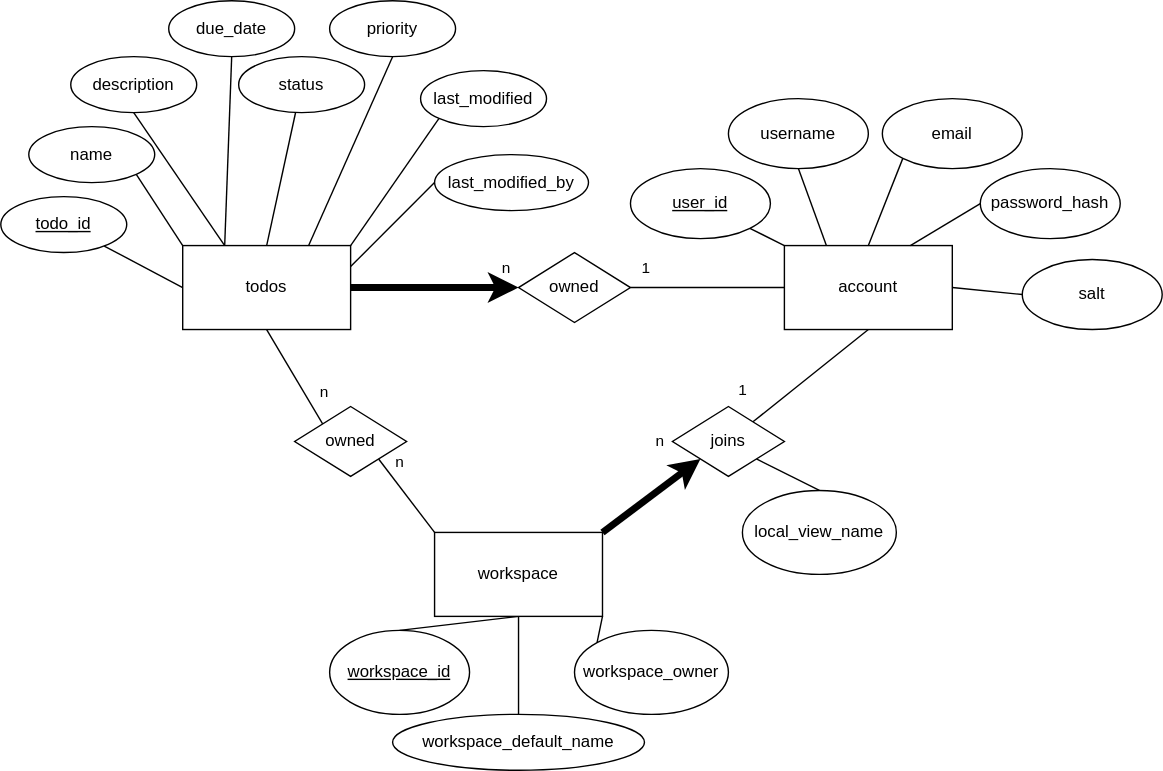
Above: specifications/src/er_diagram.drawio.svg in alex-au-922/sleekflow_coding_test (draw.io), before the change. Source tidied: cells renumbered, new cells last; positions are measured from the earlier drawing's top-left corner, leaving out a move shared by most shapes.
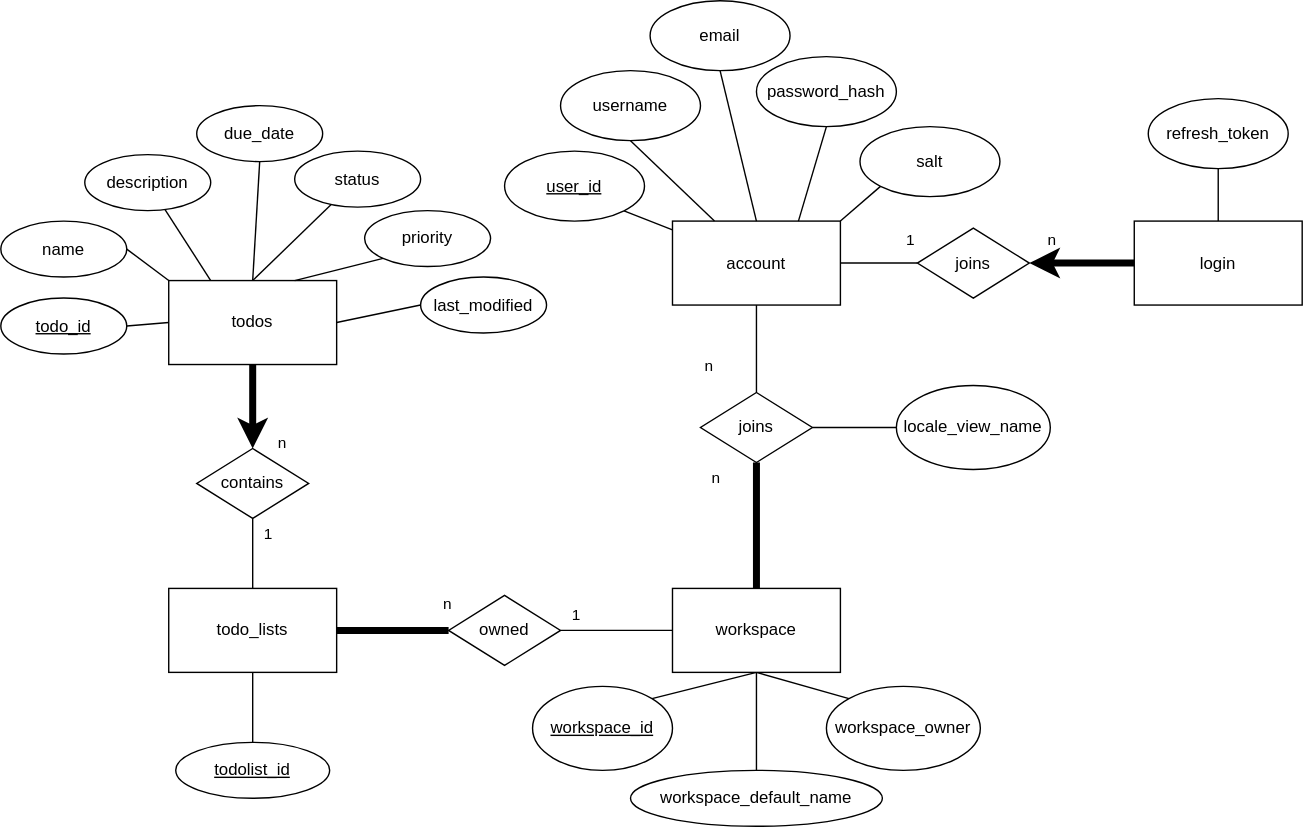
After the commit.

Commit message:
Updating the sequence diagram

Change to the diagram source:
```diff
@@ -2,173 +2,201 @@
   <root>
     <mxCell id="0" />
     <mxCell id="1" parent="0" />
-    <mxCell id="2" style="edgeStyle=none;html=1;entryX=0;entryY=0.5;entryDx=0;entryDy=0;strokeColor=default;endArrow=none;endFill=0;" parent="1" edge="1" source="3" target="6">
+    <mxCell id="2" style="edgeStyle=none;html=1;entryX=0;entryY=0.5;entryDx=0;entryDy=0;strokeColor=default;endArrow=none;endFill=0;exitX=1;exitY=0.5;exitDx=0;exitDy=0;" parent="1" edge="1" source="3" target="6">
       <mxGeometry relative="1" as="geometry" />
     </mxCell>
     <mxCell id="3" value="&lt;u&gt;todo_id&lt;/u&gt;" style="ellipse;whiteSpace=wrap;html=1;" parent="1" vertex="1">
-      <mxGeometry y="140" width="90" height="40" as="geometry" />
+      <mxGeometry x="-70" y="182.5" width="90" height="40" as="geometry" />
     </mxCell>
-    <mxCell id="4" style="edgeStyle=none;html=1;exitX=0.5;exitY=1;exitDx=0;exitDy=0;entryX=0;entryY=0;entryDx=0;entryDy=0;endArrow=none;endFill=0;strokeColor=default;strokeWidth=1;" parent="1" edge="1" source="6" target="43">
+    <mxCell id="4" style="edgeStyle=none;html=1;entryX=0;entryY=0.5;entryDx=0;entryDy=0;endArrow=none;endFill=0;strokeColor=default;strokeWidth=5;exitX=1;exitY=0.5;exitDx=0;exitDy=0;" parent="1" edge="1" source="60" target="43">
       <mxGeometry relative="1" as="geometry" />
     </mxCell>
     <mxCell id="5" value="n" style="edgeLabel;html=1;align=center;verticalAlign=middle;" parent="4" vertex="1">
       <mxGeometry x="0.55" y="5" relative="1" as="geometry">
-        <mxPoint x="5" y="-5" as="offset" />
+        <mxPoint x="16" y="-15" as="offset" />
       </mxGeometry>
     </mxCell>
+    <mxCell id="54" style="edgeStyle=none;html=1;entryX=0.5;entryY=0;entryDx=0;entryDy=0;endArrow=classic;endFill=1;strokeWidth=5;" parent="1" edge="1" source="6" target="61">
+      <mxGeometry relative="1" as="geometry" />
+    </mxCell>
+    <mxCell id="55" value="n" style="edgeLabel;html=1;align=center;verticalAlign=middle;" parent="54" vertex="1">
+      <mxGeometry x="-0.03" y="1" relative="1" as="geometry">
+        <mxPoint x="19" y="26" as="offset" />
+      </mxGeometry>
+    </mxCell>
     <mxCell id="6" value="todos" style="rounded=0;whiteSpace=wrap;html=1;" parent="1" vertex="1">
-      <mxGeometry x="130" y="175" width="120" height="60" as="geometry" />
+      <mxGeometry x="50" y="170" width="120" height="60" as="geometry" />
     </mxCell>
-    <mxCell id="7" style="edgeStyle=none;html=1;exitX=1;exitY=1;exitDx=0;exitDy=0;entryX=0;entryY=0;entryDx=0;entryDy=0;endArrow=none;endFill=0;strokeColor=default;" parent="1" edge="1" source="8" target="6">
+    <mxCell id="7" style="edgeStyle=none;html=1;exitX=1;exitY=0.5;exitDx=0;exitDy=0;entryX=0;entryY=0;entryDx=0;entryDy=0;endArrow=none;endFill=0;strokeColor=default;" parent="1" edge="1" source="8" target="6">
       <mxGeometry relative="1" as="geometry" />
     </mxCell>
     <mxCell id="8" value="name" style="ellipse;whiteSpace=wrap;html=1;" parent="1" vertex="1">
-      <mxGeometry x="20" y="90" width="90" height="40" as="geometry" />
+      <mxGeometry x="-70" y="127.5" width="90" height="40" as="geometry" />
     </mxCell>
-    <mxCell id="9" style="edgeStyle=none;html=1;exitX=0.5;exitY=1;exitDx=0;exitDy=0;entryX=0.25;entryY=0;entryDx=0;entryDy=0;endArrow=none;endFill=0;strokeColor=default;" parent="1" edge="1" source="10" target="6">
+    <mxCell id="9" style="edgeStyle=none;html=1;entryX=0.25;entryY=0;entryDx=0;entryDy=0;endArrow=none;endFill=0;strokeColor=default;" parent="1" edge="1" source="10" target="6">
       <mxGeometry relative="1" as="geometry" />
     </mxCell>
     <mxCell id="10" value="description" style="ellipse;whiteSpace=wrap;html=1;" parent="1" vertex="1">
-      <mxGeometry x="50" y="40" width="90" height="40" as="geometry" />
+      <mxGeometry x="-10" y="80" width="90" height="40" as="geometry" />
     </mxCell>
     <mxCell id="11" style="edgeStyle=none;html=1;entryX=0.5;entryY=0;entryDx=0;entryDy=0;endArrow=none;endFill=0;strokeColor=default;" parent="1" edge="1" source="12" target="6">
       <mxGeometry relative="1" as="geometry" />
     </mxCell>
     <mxCell id="12" value="status" style="ellipse;whiteSpace=wrap;html=1;" parent="1" vertex="1">
-      <mxGeometry x="170" y="40" width="90" height="40" as="geometry" />
+      <mxGeometry x="140" y="77.5" width="90" height="40" as="geometry" />
     </mxCell>
-    <mxCell id="13" style="edgeStyle=none;html=1;exitX=0.5;exitY=1;exitDx=0;exitDy=0;entryX=0.25;entryY=0;entryDx=0;entryDy=0;endArrow=none;endFill=0;strokeColor=default;" parent="1" edge="1" source="14" target="6">
+    <mxCell id="13" style="edgeStyle=none;html=1;exitX=0.5;exitY=1;exitDx=0;exitDy=0;entryX=0.5;entryY=0;entryDx=0;entryDy=0;endArrow=none;endFill=0;strokeColor=default;" parent="1" edge="1" source="14" target="6">
       <mxGeometry relative="1" as="geometry" />
     </mxCell>
     <mxCell id="14" value="due_date" style="ellipse;whiteSpace=wrap;html=1;" parent="1" vertex="1">
-      <mxGeometry x="120" width="90" height="40" as="geometry" />
+      <mxGeometry x="70" y="45" width="90" height="40" as="geometry" />
     </mxCell>
-    <mxCell id="15" style="edgeStyle=none;html=1;exitX=0;exitY=0.5;exitDx=0;exitDy=0;entryX=1;entryY=0.5;entryDx=0;entryDy=0;endArrow=none;endFill=0;strokeColor=default;" parent="1" edge="1" source="20" target="23">
-      <mxGeometry relative="1" as="geometry" />
-    </mxCell>
-    <mxCell id="16" value="1" style="edgeLabel;html=1;align=center;verticalAlign=middle;" parent="15" vertex="1">
-      <mxGeometry x="0.73" y="-3" relative="1" as="geometry">
-        <mxPoint x="-5" y="-12" as="offset" />
-      </mxGeometry>
-    </mxCell>
     <mxCell id="17" style="edgeStyle=none;html=1;exitX=0.5;exitY=1;exitDx=0;exitDy=0;endArrow=none;endFill=0;strokeColor=default;strokeWidth=1;" parent="1" edge="1" source="20" target="39">
       <mxGeometry relative="1" as="geometry" />
     </mxCell>
-    <mxCell id="18" value="1" style="edgeLabel;html=1;align=center;verticalAlign=middle;" parent="17" vertex="1">
+    <mxCell id="18" value="n" style="edgeLabel;html=1;align=center;verticalAlign=middle;" parent="17" vertex="1">
       <mxGeometry x="0.37" y="-3" relative="1" as="geometry">
         <mxPoint x="-32" as="offset" />
       </mxGeometry>
     </mxCell>
-    <mxCell id="19" style="edgeStyle=none;html=1;exitX=1;exitY=0.5;exitDx=0;exitDy=0;entryX=0;entryY=0.5;entryDx=0;entryDy=0;endArrow=none;endFill=0;" parent="1" edge="1" source="20" target="53">
+    <mxCell id="19" style="edgeStyle=none;html=1;exitX=1;exitY=0;exitDx=0;exitDy=0;entryX=0;entryY=1;entryDx=0;entryDy=0;endArrow=none;endFill=0;" parent="1" edge="1" source="20" target="53">
       <mxGeometry relative="1" as="geometry" />
     </mxCell>
+    <mxCell id="56" value="1" style="edgeStyle=none;html=1;entryX=0;entryY=0.5;entryDx=0;entryDy=0;endArrow=none;endFill=0;strokeWidth=1;" parent="1" edge="1" source="20" target="66">
+      <mxGeometry x="0.82" y="18" relative="1" as="geometry">
+        <mxPoint y="1" as="offset" />
+      </mxGeometry>
+    </mxCell>
     <mxCell id="20" value="account" style="rounded=0;whiteSpace=wrap;html=1;" parent="1" vertex="1">
-      <mxGeometry x="560" y="175" width="120" height="60" as="geometry" />
+      <mxGeometry x="410" y="127.5" width="120" height="60" as="geometry" />
     </mxCell>
-    <mxCell id="21" style="edgeStyle=none;html=1;entryX=0;entryY=0.5;entryDx=0;entryDy=0;endArrow=classic;endFill=1;strokeColor=default;strokeWidth=5;exitX=1;exitY=0.5;exitDx=0;exitDy=0;" parent="1" edge="1" source="6" target="23">
-      <mxGeometry relative="1" as="geometry" />
-    </mxCell>
-    <mxCell id="22" value="n" style="edgeLabel;html=1;align=center;verticalAlign=middle;" parent="21" vertex="1">
-      <mxGeometry x="0.3" y="2" relative="1" as="geometry">
-        <mxPoint x="32" y="-13" as="offset" />
-      </mxGeometry>
-    </mxCell>
-    <mxCell id="23" value="owned" style="rhombus;whiteSpace=wrap;html=1;" parent="1" vertex="1">
-      <mxGeometry x="370" y="180" width="80" height="50" as="geometry" />
-    </mxCell>
     <mxCell id="24" style="edgeStyle=none;html=1;exitX=1;exitY=1;exitDx=0;exitDy=0;endArrow=none;endFill=0;strokeColor=default;strokeWidth=1;" parent="1" edge="1" source="25" target="20">
       <mxGeometry relative="1" as="geometry" />
     </mxCell>
     <mxCell id="25" value="&lt;u&gt;user_id&lt;/u&gt;" style="ellipse;whiteSpace=wrap;html=1;" parent="1" vertex="1">
-      <mxGeometry x="450" y="120" width="100" height="50" as="geometry" />
+      <mxGeometry x="290" y="77.5" width="100" height="50" as="geometry" />
     </mxCell>
     <mxCell id="26" style="edgeStyle=none;html=1;exitX=0.5;exitY=1;exitDx=0;exitDy=0;entryX=0.25;entryY=0;entryDx=0;entryDy=0;endArrow=none;endFill=0;strokeColor=default;strokeWidth=1;" parent="1" edge="1" source="27" target="20">
       <mxGeometry relative="1" as="geometry" />
     </mxCell>
     <mxCell id="27" value="username" style="ellipse;whiteSpace=wrap;html=1;" parent="1" vertex="1">
-      <mxGeometry x="520" y="70" width="100" height="50" as="geometry" />
+      <mxGeometry x="330" y="20" width="100" height="50" as="geometry" />
     </mxCell>
-    <mxCell id="28" style="edgeStyle=none;html=1;exitX=0;exitY=1;exitDx=0;exitDy=0;entryX=0.5;entryY=0;entryDx=0;entryDy=0;endArrow=none;endFill=0;strokeColor=default;strokeWidth=1;" parent="1" edge="1" source="29" target="20">
+    <mxCell id="28" style="edgeStyle=none;html=1;exitX=0.5;exitY=1;exitDx=0;exitDy=0;entryX=0.5;entryY=0;entryDx=0;entryDy=0;endArrow=none;endFill=0;strokeColor=default;strokeWidth=1;" parent="1" edge="1" source="29" target="20">
       <mxGeometry relative="1" as="geometry" />
     </mxCell>
     <mxCell id="29" value="email" style="ellipse;whiteSpace=wrap;html=1;" parent="1" vertex="1">
-      <mxGeometry x="630" y="70" width="100" height="50" as="geometry" />
+      <mxGeometry x="394" y="-30" width="100" height="50" as="geometry" />
     </mxCell>
-    <mxCell id="30" style="edgeStyle=none;html=1;exitX=0;exitY=0.5;exitDx=0;exitDy=0;entryX=0.75;entryY=0;entryDx=0;entryDy=0;endArrow=none;endFill=0;strokeColor=default;strokeWidth=1;" parent="1" edge="1" source="31" target="20">
+    <mxCell id="30" style="edgeStyle=none;html=1;exitX=0.5;exitY=1;exitDx=0;exitDy=0;entryX=0.75;entryY=0;entryDx=0;entryDy=0;endArrow=none;endFill=0;strokeColor=default;strokeWidth=1;" parent="1" edge="1" source="31" target="20">
       <mxGeometry relative="1" as="geometry" />
     </mxCell>
     <mxCell id="31" value="password_hash" style="ellipse;whiteSpace=wrap;html=1;" parent="1" vertex="1">
-      <mxGeometry x="700" y="120" width="100" height="50" as="geometry" />
+      <mxGeometry x="470" y="10" width="100" height="50" as="geometry" />
     </mxCell>
-    <mxCell id="32" style="edgeStyle=none;html=1;exitX=1;exitY=0;exitDx=0;exitDy=0;entryX=0;entryY=1;entryDx=0;entryDy=0;endArrow=classic;endFill=1;strokeColor=default;strokeWidth=5;" parent="1" edge="1" source="37" target="39">
+    <mxCell id="32" style="edgeStyle=none;html=1;exitX=0.5;exitY=0;exitDx=0;exitDy=0;entryX=0.5;entryY=1;entryDx=0;entryDy=0;endArrow=none;endFill=0;strokeColor=default;strokeWidth=5;" parent="1" edge="1" source="37" target="39">
       <mxGeometry relative="1" as="geometry" />
     </mxCell>
     <mxCell id="33" value="n" style="edgeLabel;html=1;align=center;verticalAlign=middle;" parent="32" vertex="1">
       <mxGeometry x="0.29" y="-1" relative="1" as="geometry">
-        <mxPoint x="-6" y="-32" as="offset" />
+        <mxPoint x="-31" y="-22" as="offset" />
       </mxGeometry>
     </mxCell>
-    <mxCell id="34" style="edgeStyle=none;html=1;exitX=0.5;exitY=1;exitDx=0;exitDy=0;entryX=0.5;entryY=0;entryDx=0;entryDy=0;endArrow=none;endFill=0;" parent="1" edge="1" source="37" target="40">
+    <mxCell id="34" style="edgeStyle=none;html=1;exitX=0.5;exitY=1;exitDx=0;exitDy=0;entryX=1;entryY=0;entryDx=0;entryDy=0;endArrow=none;endFill=0;" parent="1" edge="1" source="37" target="40">
       <mxGeometry relative="1" as="geometry" />
     </mxCell>
     <mxCell id="35" style="edgeStyle=none;html=1;endArrow=none;endFill=0;" parent="1" edge="1" source="37" target="45">
       <mxGeometry relative="1" as="geometry" />
     </mxCell>
-    <mxCell id="36" style="edgeStyle=none;html=1;exitX=1;exitY=1;exitDx=0;exitDy=0;entryX=0;entryY=0;entryDx=0;entryDy=0;endArrow=none;endFill=0;" parent="1" edge="1" source="37" target="46">
+    <mxCell id="36" style="edgeStyle=none;html=1;exitX=0.5;exitY=1;exitDx=0;exitDy=0;entryX=0;entryY=0;entryDx=0;entryDy=0;endArrow=none;endFill=0;" parent="1" edge="1" source="37" target="46">
       <mxGeometry relative="1" as="geometry" />
     </mxCell>
     <mxCell id="37" value="workspace" style="rounded=0;whiteSpace=wrap;html=1;" parent="1" vertex="1">
-      <mxGeometry x="310" y="380" width="120" height="60" as="geometry" />
+      <mxGeometry x="410" y="390" width="120" height="60" as="geometry" />
     </mxCell>
-    <mxCell id="38" style="edgeStyle=none;html=1;exitX=1;exitY=1;exitDx=0;exitDy=0;entryX=0.5;entryY=0;entryDx=0;entryDy=0;endArrow=none;endFill=0;" parent="1" edge="1" source="39" target="44">
-      <mxGeometry relative="1" as="geometry" />
-    </mxCell>
     <mxCell id="39" value="joins" style="rhombus;whiteSpace=wrap;html=1;" parent="1" vertex="1">
-      <mxGeometry x="480" y="290" width="80" height="50" as="geometry" />
+      <mxGeometry x="430" y="250" width="80" height="50" as="geometry" />
     </mxCell>
     <mxCell id="40" value="&lt;u&gt;workspace_id&lt;/u&gt;" style="ellipse;whiteSpace=wrap;html=1;" parent="1" vertex="1">
-      <mxGeometry x="235" y="450" width="100" height="60" as="geometry" />
+      <mxGeometry x="310" y="460" width="100" height="60" as="geometry" />
     </mxCell>
-    <mxCell id="41" style="edgeStyle=none;html=1;exitX=1;exitY=1;exitDx=0;exitDy=0;entryX=0;entryY=0;entryDx=0;entryDy=0;endArrow=none;endFill=0;strokeColor=default;strokeWidth=1;" parent="1" edge="1" source="43" target="37">
+    <mxCell id="41" style="edgeStyle=none;html=1;exitX=1;exitY=0.5;exitDx=0;exitDy=0;entryX=0;entryY=0.5;entryDx=0;entryDy=0;endArrow=none;endFill=0;strokeColor=default;strokeWidth=1;" parent="1" edge="1" source="43" target="37">
       <mxGeometry relative="1" as="geometry" />
     </mxCell>
-    <mxCell id="42" value="n" style="edgeLabel;html=1;align=center;verticalAlign=middle;" parent="41" vertex="1">
+    <mxCell id="42" value="1" style="edgeLabel;html=1;align=center;verticalAlign=middle;" parent="41" vertex="1">
       <mxGeometry x="-0.42" y="-2" relative="1" as="geometry">
-        <mxPoint x="5" y="-14" as="offset" />
+        <mxPoint x="-13" y="-14" as="offset" />
       </mxGeometry>
     </mxCell>
     <mxCell id="43" value="owned" style="rhombus;whiteSpace=wrap;html=1;" parent="1" vertex="1">
-      <mxGeometry x="210" y="290" width="80" height="50" as="geometry" />
+      <mxGeometry x="250" y="395" width="80" height="50" as="geometry" />
     </mxCell>
+    <mxCell id="57" style="edgeStyle=none;html=1;entryX=1;entryY=0.5;entryDx=0;entryDy=0;endArrow=none;endFill=0;" parent="1" edge="1" source="44" target="39">
+      <mxGeometry relative="1" as="geometry" />
+    </mxCell>
-    <mxCell id="44" value="local_view_name" style="ellipse;whiteSpace=wrap;html=1;" parent="1" vertex="1">
-      <mxGeometry x="530" y="350" width="110" height="60" as="geometry" />
+    <mxCell id="44" value="locale_view_name" style="ellipse;whiteSpace=wrap;html=1;" parent="1" vertex="1">
+      <mxGeometry x="570" y="245" width="110" height="60" as="geometry" />
     </mxCell>
     <mxCell id="45" value="workspace_default_name" style="ellipse;whiteSpace=wrap;html=1;" parent="1" vertex="1">
-      <mxGeometry x="280" y="510" width="180" height="40" as="geometry" />
+      <mxGeometry x="380" y="520" width="180" height="40" as="geometry" />
     </mxCell>
     <mxCell id="46" value="workspace_owner" style="ellipse;whiteSpace=wrap;html=1;" parent="1" vertex="1">
-      <mxGeometry x="410" y="450" width="110" height="60" as="geometry" />
+      <mxGeometry x="520" y="460" width="110" height="60" as="geometry" />
     </mxCell>
-    <mxCell id="47" style="edgeStyle=none;html=1;exitX=0.5;exitY=1;exitDx=0;exitDy=0;entryX=0.75;entryY=0;entryDx=0;entryDy=0;endArrow=none;endFill=0;" parent="1" edge="1" source="48" target="6">
+    <mxCell id="47" style="edgeStyle=none;html=1;exitX=0;exitY=1;exitDx=0;exitDy=0;entryX=0.75;entryY=0;entryDx=0;entryDy=0;endArrow=none;endFill=0;" parent="1" edge="1" source="48" target="6">
       <mxGeometry relative="1" as="geometry" />
     </mxCell>
     <mxCell id="48" value="priority" style="ellipse;whiteSpace=wrap;html=1;" parent="1" vertex="1">
-      <mxGeometry x="235" width="90" height="40" as="geometry" />
+      <mxGeometry x="190" y="120" width="90" height="40" as="geometry" />
     </mxCell>
+    <mxCell id="53" value="salt" style="ellipse;whiteSpace=wrap;html=1;" parent="1" vertex="1">
+      <mxGeometry x="544" y="60" width="100" height="50" as="geometry" />
+    </mxCell>
+    <mxCell id="58" style="edgeStyle=none;html=1;entryX=0.5;entryY=1;entryDx=0;entryDy=0;endArrow=none;endFill=0;strokeWidth=1;" parent="1" edge="1" source="60" target="61">
+      <mxGeometry relative="1" as="geometry" />
+    </mxCell>
+    <mxCell id="16" value="1" style="edgeLabel;html=1;align=center;verticalAlign=middle;" parent="58" vertex="1">
+      <mxGeometry x="0.36" y="4" relative="1" as="geometry">
+        <mxPoint x="14" y="-6" as="offset" />
+      </mxGeometry>
+    </mxCell>
+    <mxCell id="59" style="edgeStyle=none;html=1;exitX=0.5;exitY=1;exitDx=0;exitDy=0;entryX=0.5;entryY=0;entryDx=0;entryDy=0;endArrow=none;endFill=0;strokeWidth=1;" parent="1" edge="1" source="60" target="62">
+      <mxGeometry relative="1" as="geometry" />
+    </mxCell>
+    <mxCell id="60" value="todo_lists" style="rounded=0;whiteSpace=wrap;html=1;" parent="1" vertex="1">
+      <mxGeometry x="50" y="390" width="120" height="60" as="geometry" />
+    </mxCell>
+    <mxCell id="61" value="contains" style="rhombus;whiteSpace=wrap;html=1;" parent="1" vertex="1">
+      <mxGeometry x="70" y="290" width="80" height="50" as="geometry" />
+    </mxCell>
+    <mxCell id="62" value="&lt;u&gt;todolist_id&lt;/u&gt;" style="ellipse;whiteSpace=wrap;html=1;" parent="1" vertex="1">
+      <mxGeometry x="55" y="500" width="110" height="40" as="geometry" />
+    </mxCell>
+    <mxCell id="63" style="edgeStyle=none;html=1;entryX=1;entryY=0.5;entryDx=0;entryDy=0;endArrow=classic;endFill=1;strokeWidth=5;" parent="1" edge="1" source="65" target="66">
+      <mxGeometry relative="1" as="geometry" />
+    </mxCell>
+    <mxCell id="64" value="n" style="edgeLabel;html=1;align=center;verticalAlign=middle;" parent="63" vertex="1">
+      <mxGeometry x="0.33" y="-1" relative="1" as="geometry">
+        <mxPoint x="-10" y="-16" as="offset" />
+      </mxGeometry>
+    </mxCell>
+    <mxCell id="65" value="login" style="rounded=0;whiteSpace=wrap;html=1;" parent="1" vertex="1">
+      <mxGeometry x="740" y="127.5" width="120" height="60" as="geometry" />
+    </mxCell>
+    <mxCell id="66" value="joins" style="rhombus;whiteSpace=wrap;html=1;" parent="1" vertex="1">
+      <mxGeometry x="585" y="132.5" width="80" height="50" as="geometry" />
+    </mxCell>
+    <mxCell id="67" style="edgeStyle=none;html=1;entryX=0.5;entryY=0;entryDx=0;entryDy=0;endArrow=none;endFill=0;strokeWidth=1;" parent="1" edge="1" source="68" target="65">
+      <mxGeometry relative="1" as="geometry" />
+    </mxCell>
+    <mxCell id="68" value="refresh_token" style="ellipse;whiteSpace=wrap;html=1;" parent="1" vertex="1">
+      <mxGeometry x="750" y="40" width="100" height="50" as="geometry" />
+    </mxCell>
-    <mxCell id="49" style="edgeStyle=none;html=1;exitX=0;exitY=1;exitDx=0;exitDy=0;entryX=1;entryY=0;entryDx=0;entryDy=0;endArrow=none;endFill=0;" parent="1" edge="1" source="50" target="6">
+    <mxCell id="49" style="edgeStyle=none;html=1;exitX=0;exitY=0.5;exitDx=0;exitDy=0;entryX=1;entryY=0.5;entryDx=0;entryDy=0;endArrow=none;endFill=0;strokeWidth=1;" parent="1" edge="1" source="50" target="6">
       <mxGeometry relative="1" as="geometry" />
     </mxCell>
     <mxCell id="50" value="last_modified" style="ellipse;whiteSpace=wrap;html=1;" parent="1" vertex="1">
-      <mxGeometry x="300" y="50" width="90" height="40" as="geometry" />
+      <mxGeometry x="230" y="167.5" width="90" height="40" as="geometry" />
     </mxCell>
-    <mxCell id="51" style="edgeStyle=none;html=1;exitX=0;exitY=0.5;exitDx=0;exitDy=0;entryX=1;entryY=0.25;entryDx=0;entryDy=0;endArrow=none;endFill=0;" parent="1" edge="1" source="52" target="6">
-      <mxGeometry relative="1" as="geometry" />
-    </mxCell>
-    <mxCell id="52" value="last_modified_by" style="ellipse;whiteSpace=wrap;html=1;" parent="1" vertex="1">
-      <mxGeometry x="310" y="110" width="110" height="40" as="geometry" />
-    </mxCell>
-    <mxCell id="53" value="salt" style="ellipse;whiteSpace=wrap;html=1;" parent="1" vertex="1">
-      <mxGeometry x="730" y="185" width="100" height="50" as="geometry" />
-    </mxCell>
   </root>
 </mxGraphModel>
```
